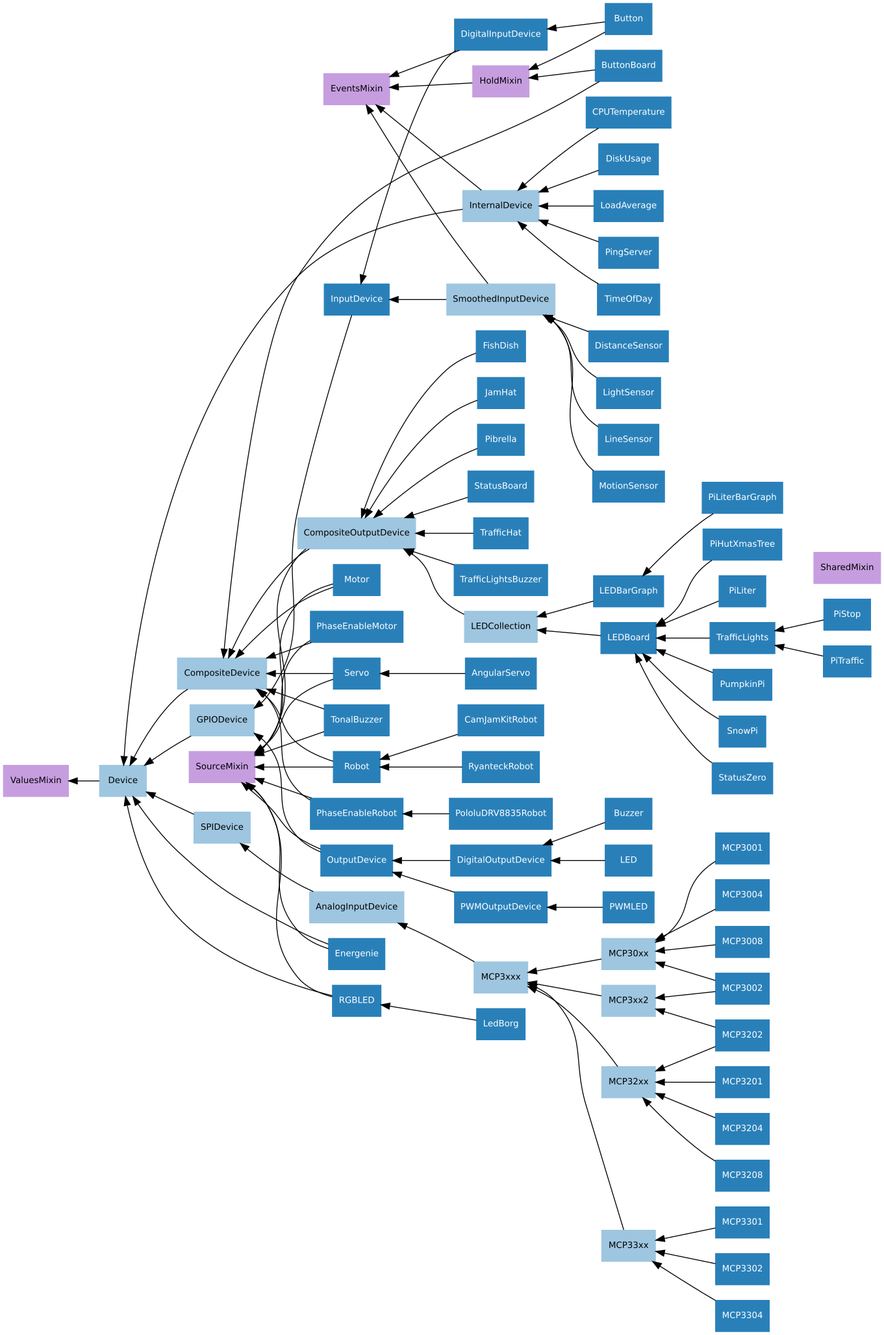
gpiozero/gpiozero keeps this Graphviz diagram as docs/images/device_hierarchy.png. Above is the earlier version. Its source is kept beside it as docs/images/device_hierarchy.dot.
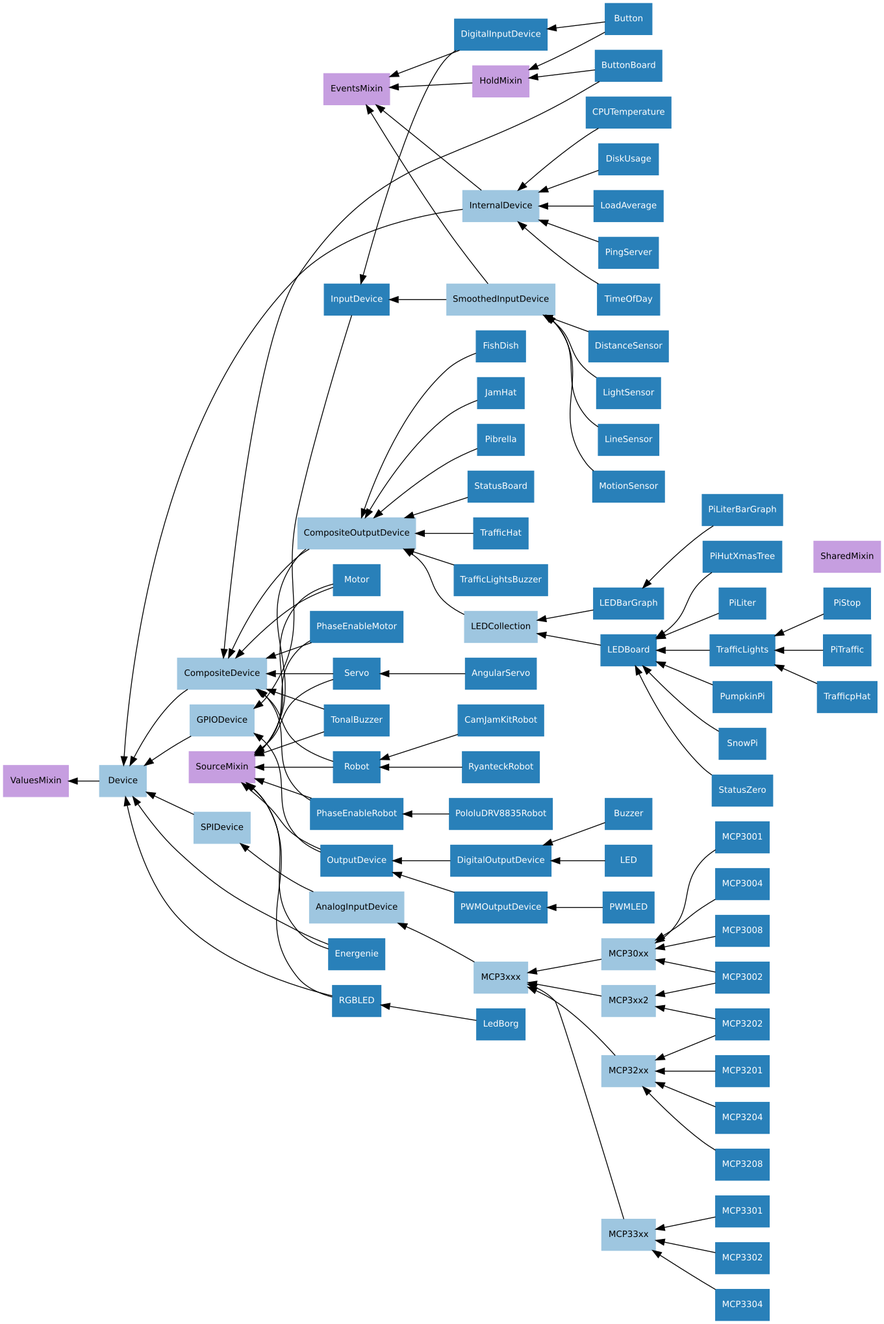
After the change.

What changed in the source:
```diff
@@ -125,4 +125,5 @@
     TrafficHat->CompositeOutputDevice;
     TrafficLights->LEDBoard;
     TrafficLightsBuzzer->CompositeOutputDevice;
+    TrafficpHat->TrafficLights;
 }
```
